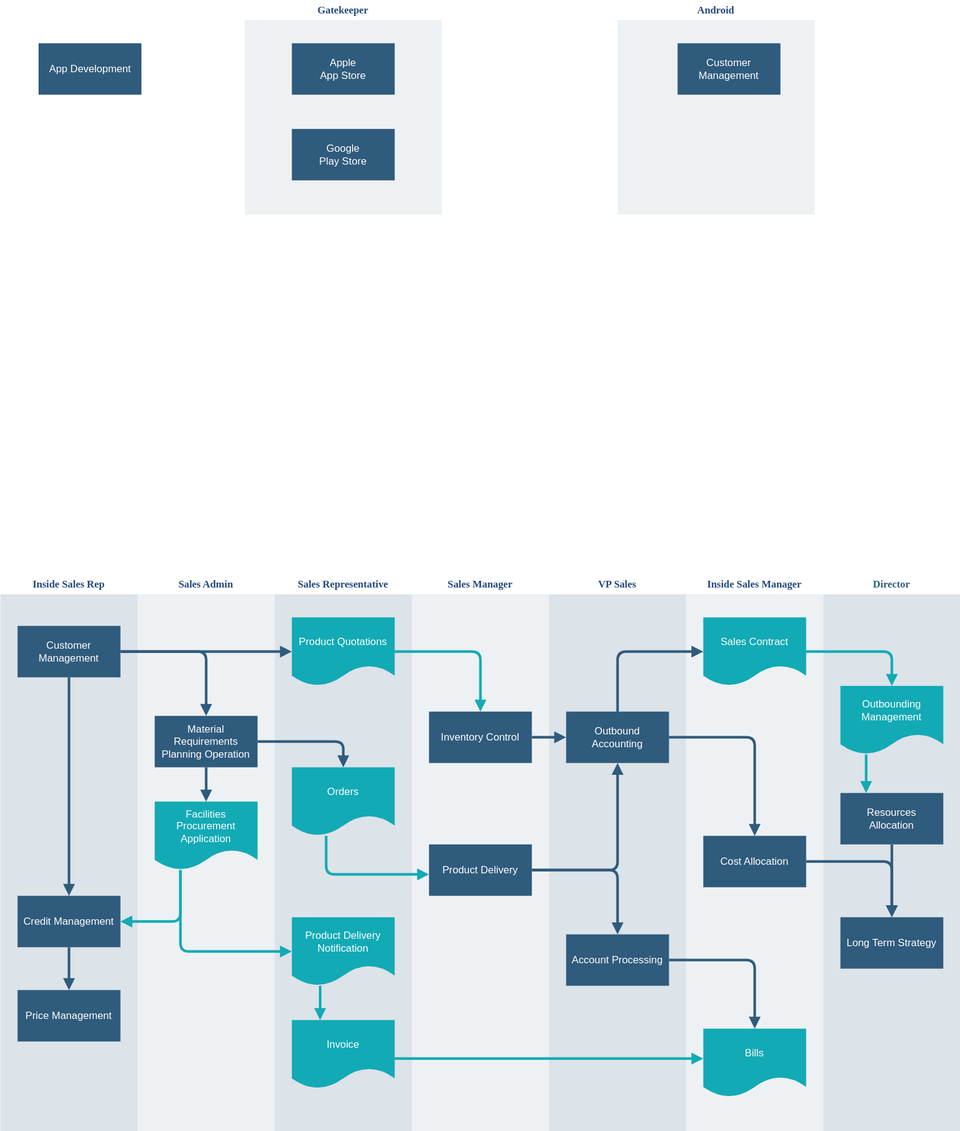
Before: app-dist.drawio.svg, a diagram exported from draw.io (appfair/appstore-tilt). Source tidied: cells renumbered, new cells last; positions are measured from the earlier drawing's top-left corner, leaving out a move shared by most shapes.
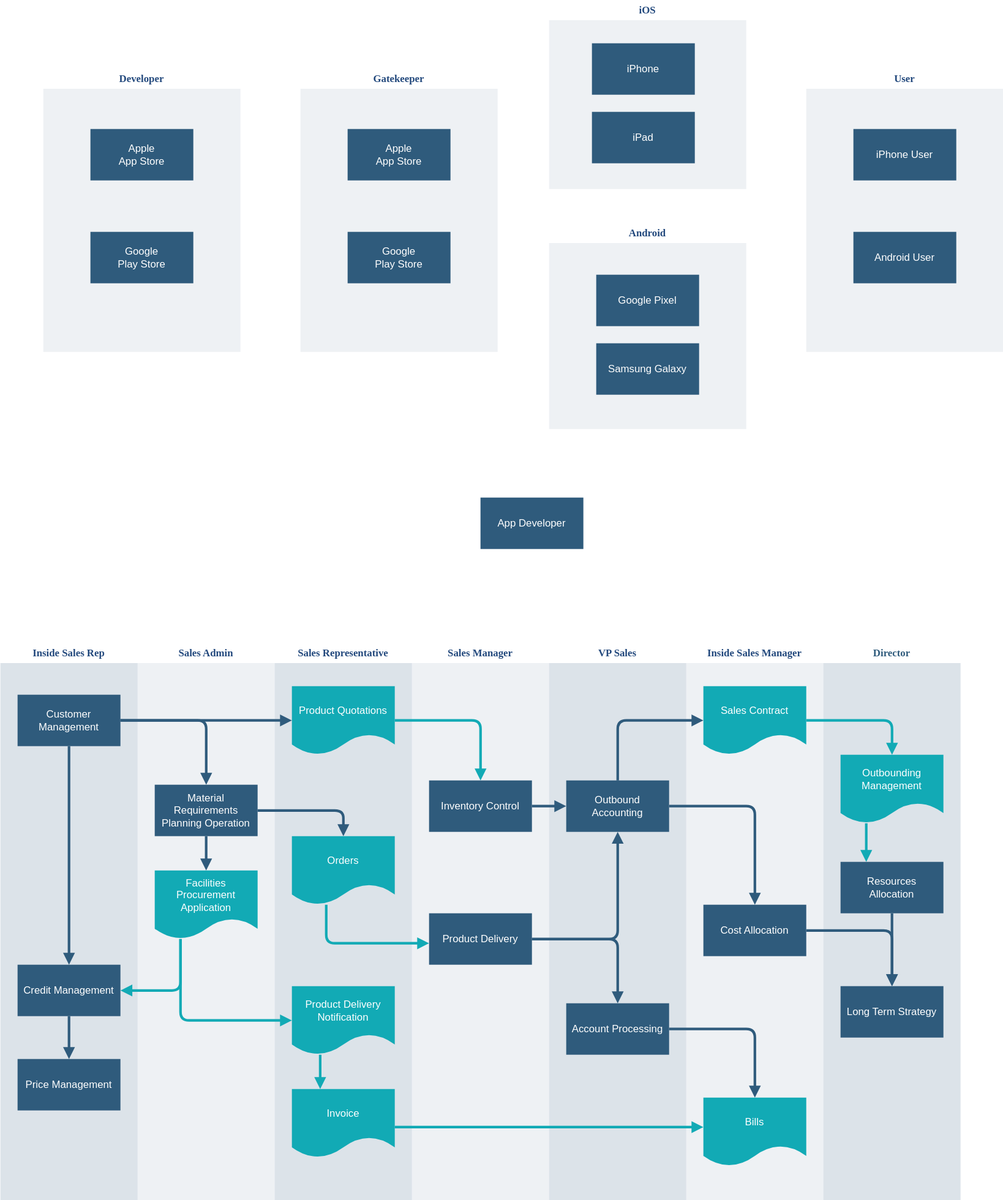
After the commit.

The edit, as a diff of the source:
```diff
@@ -167,23 +167,53 @@
     <mxCell id="49" style="edgeStyle=segmentEdgeStyle;strokeColor=#12AAB5;strokeWidth=3;html=1;endArrow=block;endFill=1;" parent="1" edge="1" source="9" target="29">
       <mxGeometry x="964.5" y="178.5" as="geometry" />
     </mxCell>
-    <mxCell id="50" value="App Development" style="whiteSpace=wrap;shadow=0;fontColor=#FFFFFF;fontFamily=Helvetica;fontStyle=0;html=1;fontSize=12;plain-purple;strokeColor=none;fillColor=#2f5b7c;gradientColor=none;spacing=6;verticalAlign=middle;" parent="1" vertex="1">
-      <mxGeometry x="44.5" y="50" width="120" height="60" as="geometry" />
+    <mxCell id="50" value="App Developer" style="whiteSpace=wrap;shadow=0;fontColor=#FFFFFF;fontFamily=Helvetica;fontStyle=0;html=1;fontSize=12;plain-purple;strokeColor=none;fillColor=#2f5b7c;gradientColor=none;spacing=6;verticalAlign=middle;" parent="1" vertex="1">
+      <mxGeometry x="560" y="500" width="120" height="60" as="geometry" />
     </mxCell>
-    <mxCell id="51" value="&lt;font color=&quot;#23497d&quot;&gt;Android&lt;/font&gt;" style="swimlane;whiteSpace=wrap;fillColor=none;swimlaneFillColor=#BAC8D3;fontColor=#2F5B7C;fontFamily=Tahoma;html=1;strokeColor=none;opacity=25;" parent="1" vertex="1">
-      <mxGeometry x="720" width="230" height="250" as="geometry" />
+    <mxCell id="51" value="&lt;font color=&quot;#23497d&quot;&gt;iOS&lt;/font&gt;" style="swimlane;whiteSpace=wrap;fillColor=none;swimlaneFillColor=#BAC8D3;fontColor=#2F5B7C;fontFamily=Tahoma;html=1;strokeColor=none;opacity=25;" parent="1" vertex="1">
+      <mxGeometry x="640" y="-80" width="230" height="220" as="geometry" />
     </mxCell>
-    <mxCell id="52" value="Customer Management" style="whiteSpace=wrap;shadow=0;fontColor=#FFFFFF;fontFamily=Helvetica;fontStyle=0;html=1;fontSize=12;plain-purple;strokeColor=none;fillColor=#2f5b7c;gradientColor=none;spacing=6;verticalAlign=middle;" parent="51" vertex="1">
-      <mxGeometry x="70" y="50" width="120" height="60" as="geometry" />
+    <mxCell id="52" value="iPhone" style="whiteSpace=wrap;shadow=0;fontColor=#FFFFFF;fontFamily=Helvetica;fontStyle=0;html=1;fontSize=12;plain-purple;strokeColor=none;fillColor=#2f5b7c;gradientColor=none;spacing=6;verticalAlign=middle;" parent="51" vertex="1">
+      <mxGeometry x="50" y="50" width="120" height="60" as="geometry" />
     </mxCell>
+    <mxCell id="56" value="iPad" style="whiteSpace=wrap;shadow=0;fontColor=#FFFFFF;fontFamily=Helvetica;fontStyle=0;html=1;fontSize=12;plain-purple;strokeColor=none;fillColor=#2f5b7c;gradientColor=none;spacing=6;verticalAlign=middle;" parent="51" vertex="1">
+      <mxGeometry x="50" y="130" width="120" height="60" as="geometry" />
+    </mxCell>
     <mxCell id="53" value="&lt;font color=&quot;#23497d&quot;&gt;Gatekeeper&lt;/font&gt;" style="swimlane;whiteSpace=wrap;fillColor=none;swimlaneFillColor=#BAC8D3;fontColor=#2F5B7C;fontFamily=Tahoma;html=1;strokeColor=none;opacity=25;startSize=23;" parent="1" vertex="1">
-      <mxGeometry x="285" width="230" height="250" as="geometry" />
+      <mxGeometry x="350" width="230" height="330" as="geometry" />
     </mxCell>
     <mxCell id="54" value="Apple&lt;br&gt;App Store" style="whiteSpace=wrap;shadow=0;fontColor=#FFFFFF;fontFamily=Helvetica;fontStyle=0;html=1;fontSize=12;plain-purple;strokeColor=none;fillColor=#2f5b7c;gradientColor=none;spacing=6;verticalAlign=middle;" parent="53" vertex="1">
-      <mxGeometry x="55" y="50" width="120" height="60" as="geometry" />
+      <mxGeometry x="55" y="70" width="120" height="60" as="geometry" />
     </mxCell>
     <mxCell id="55" value="Google&lt;br&gt;Play Store" style="whiteSpace=wrap;shadow=0;fontColor=#FFFFFF;fontFamily=Helvetica;fontStyle=0;html=1;fontSize=12;plain-purple;strokeColor=none;fillColor=#2f5b7c;gradientColor=none;spacing=6;verticalAlign=middle;" parent="53" vertex="1">
-      <mxGeometry x="55" y="150" width="120" height="60" as="geometry" />
+      <mxGeometry x="55" y="190" width="120" height="60" as="geometry" />
     </mxCell>
+    <mxCell id="57" value="&lt;font color=&quot;#23497d&quot;&gt;Android&lt;/font&gt;" style="swimlane;whiteSpace=wrap;fillColor=none;swimlaneFillColor=#BAC8D3;fontColor=#2F5B7C;fontFamily=Tahoma;html=1;strokeColor=none;opacity=25;" parent="1" vertex="1">
+      <mxGeometry x="640" y="180" width="230" height="240" as="geometry" />
+    </mxCell>
+    <mxCell id="58" value="Google Pixel" style="whiteSpace=wrap;shadow=0;fontColor=#FFFFFF;fontFamily=Helvetica;fontStyle=0;html=1;fontSize=12;plain-purple;strokeColor=none;fillColor=#2f5b7c;gradientColor=none;spacing=6;verticalAlign=middle;" parent="57" vertex="1">
+      <mxGeometry x="55" y="60" width="120" height="60" as="geometry" />
+    </mxCell>
+    <mxCell id="59" value="Samsung Galaxy" style="whiteSpace=wrap;shadow=0;fontColor=#FFFFFF;fontFamily=Helvetica;fontStyle=0;html=1;fontSize=12;plain-purple;strokeColor=none;fillColor=#2f5b7c;gradientColor=none;spacing=6;verticalAlign=middle;" parent="57" vertex="1">
+      <mxGeometry x="55" y="140" width="120" height="60" as="geometry" />
+    </mxCell>
+    <mxCell id="60" value="&lt;font color=&quot;#23497d&quot;&gt;Developer&lt;/font&gt;" style="swimlane;whiteSpace=wrap;fillColor=none;swimlaneFillColor=#BAC8D3;fontColor=#2F5B7C;fontFamily=Tahoma;html=1;strokeColor=none;opacity=25;startSize=23;" parent="1" vertex="1">
+      <mxGeometry x="50" width="230" height="330" as="geometry" />
+    </mxCell>
+    <mxCell id="61" value="Apple&lt;br&gt;App Store" style="whiteSpace=wrap;shadow=0;fontColor=#FFFFFF;fontFamily=Helvetica;fontStyle=0;html=1;fontSize=12;plain-purple;strokeColor=none;fillColor=#2f5b7c;gradientColor=none;spacing=6;verticalAlign=middle;" parent="60" vertex="1">
+      <mxGeometry x="55" y="70" width="120" height="60" as="geometry" />
+    </mxCell>
+    <mxCell id="62" value="Google&lt;br&gt;Play Store" style="whiteSpace=wrap;shadow=0;fontColor=#FFFFFF;fontFamily=Helvetica;fontStyle=0;html=1;fontSize=12;plain-purple;strokeColor=none;fillColor=#2f5b7c;gradientColor=none;spacing=6;verticalAlign=middle;" parent="60" vertex="1">
+      <mxGeometry x="55" y="190" width="120" height="60" as="geometry" />
+    </mxCell>
+    <mxCell id="63" value="&lt;font color=&quot;#23497d&quot;&gt;User&lt;/font&gt;" style="swimlane;whiteSpace=wrap;fillColor=none;swimlaneFillColor=#BAC8D3;fontColor=#2F5B7C;fontFamily=Tahoma;html=1;strokeColor=none;opacity=25;startSize=23;" parent="1" vertex="1">
+      <mxGeometry x="940" width="230" height="330" as="geometry" />
+    </mxCell>
+    <mxCell id="64" value="iPhone User" style="whiteSpace=wrap;shadow=0;fontColor=#FFFFFF;fontFamily=Helvetica;fontStyle=0;html=1;fontSize=12;plain-purple;strokeColor=none;fillColor=#2f5b7c;gradientColor=none;spacing=6;verticalAlign=middle;" parent="63" vertex="1">
+      <mxGeometry x="55" y="70" width="120" height="60" as="geometry" />
+    </mxCell>
+    <mxCell id="65" value="Android User" style="whiteSpace=wrap;shadow=0;fontColor=#FFFFFF;fontFamily=Helvetica;fontStyle=0;html=1;fontSize=12;plain-purple;strokeColor=none;fillColor=#2f5b7c;gradientColor=none;spacing=6;verticalAlign=middle;" parent="63" vertex="1">
+      <mxGeometry x="55" y="190" width="120" height="60" as="geometry" />
+    </mxCell>
   </root>
 </mxGraphModel>
```
